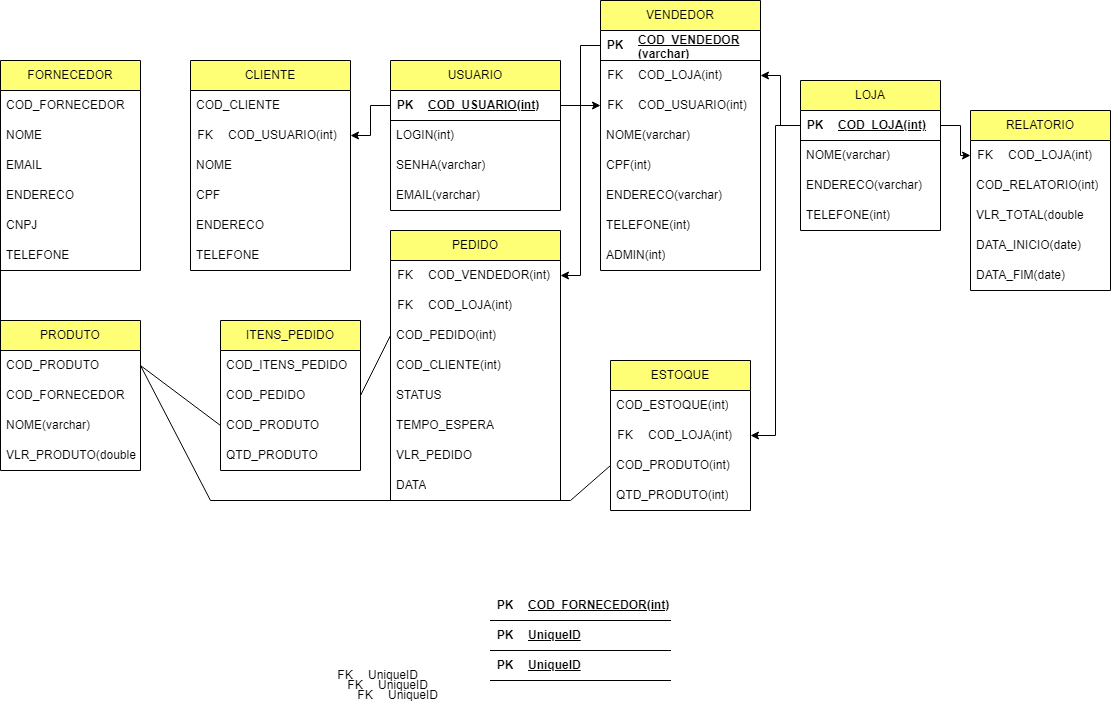
Above: ProjetoLógicoZéDelivery/zedelivery.drawio.png in NicolasKevin2/BD (draw.io), before the change. Source tidied: cells renumbered, new cells last; positions are measured from the earlier drawing's top-left corner, leaving out a move shared by most shapes.
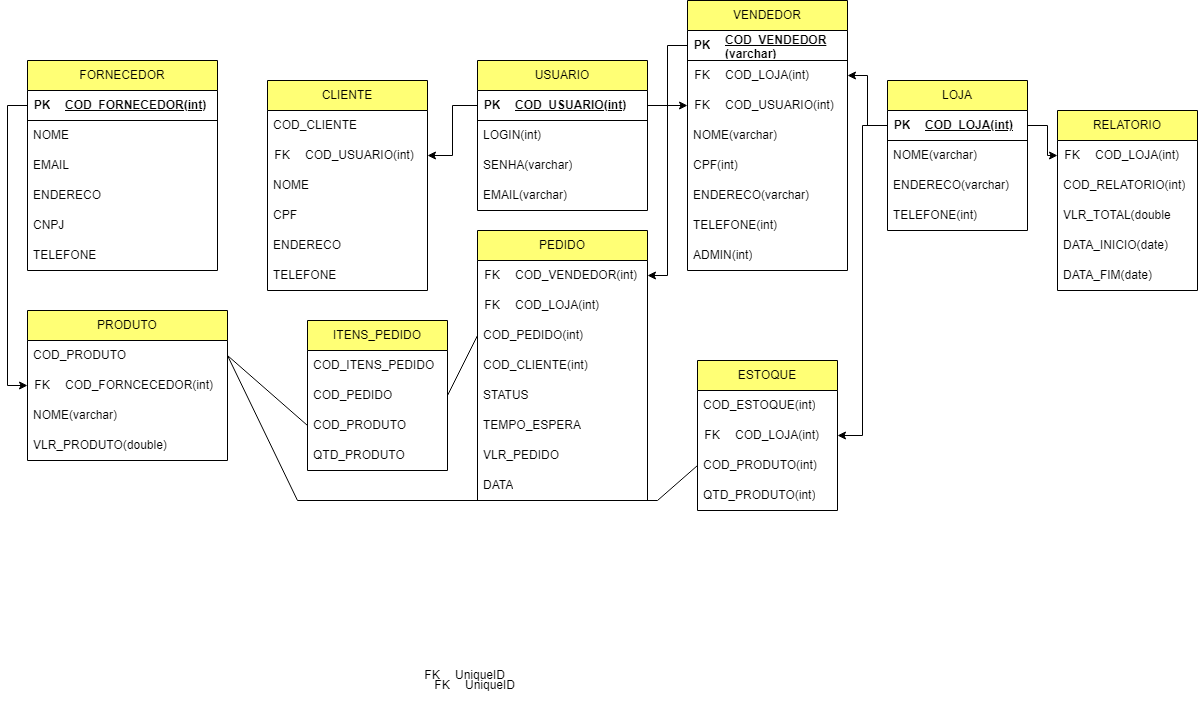
The same diagram one commit later.

What changed in the source:
```diff
@@ -27,7 +27,7 @@
       <mxGeometry y="120" width="170" height="30" as="geometry" />
     </mxCell>
     <mxCell id="10" value="CLIENTE" style="swimlane;fontStyle=0;horizontal=1;startSize=30;whiteSpace=wrap;html=1;fillColor=#FFFF75;" parent="1" vertex="1">
-      <mxGeometry x="190" y="60" width="160" height="210" as="geometry" />
+      <mxGeometry x="180" y="80" width="160" height="210" as="geometry" />
     </mxCell>
     <mxCell id="11" value="COD_CLIENTE" style="text;strokeColor=none;fillColor=none;align=left;verticalAlign=middle;spacingLeft=4;spacingRight=4;overflow=hidden;whiteSpace=wrap;html=1;" parent="10" vertex="1">
       <mxGeometry y="30" width="160" height="30" as="geometry" />
@@ -195,47 +195,62 @@
       <mxGeometry relative="1" as="geometry" />
     </mxCell>
     <mxCell id="66" value="PRODUTO" style="swimlane;fontStyle=0;horizontal=1;startSize=30;whiteSpace=wrap;html=1;fillColor=#FFFF75;" parent="1" vertex="1">
-      <mxGeometry y="320" width="140" height="150" as="geometry" />
+      <mxGeometry x="-60" y="310" width="200" height="150" as="geometry" />
     </mxCell>
     <mxCell id="67" value="COD_PRODUTO" style="text;strokeColor=none;fillColor=none;align=left;verticalAlign=middle;spacingLeft=4;spacingRight=4;overflow=hidden;points=[[0,0.5],[1,0.5]];portConstraint=eastwest;whiteSpace=wrap;html=1;" parent="66" vertex="1">
-      <mxGeometry y="30" width="140" height="30" as="geometry" />
+      <mxGeometry y="30" width="200" height="30" as="geometry" />
     </mxCell>
-    <mxCell id="68" value="COD_FORNECEDOR" style="text;strokeColor=none;fillColor=none;align=left;verticalAlign=middle;spacingLeft=4;spacingRight=4;overflow=hidden;whiteSpace=wrap;html=1;" parent="66" vertex="1">
-      <mxGeometry y="60" width="140" height="30" as="geometry" />
-    </mxCell>
+    <mxCell id="121" style="shape=table;startSize=0;rowLines=0;fontStyle=0;align=center;strokeColor=none;fillColor=none;" parent="66" vertex="1">
+      <mxGeometry y="60" width="200" height="30" as="geometry" />
+    </mxCell>
+    <mxCell id="122" style="shape=tableRow;horizontal=0;startSize=0;swimlaneHead=0;swimlaneBody=0;fillColor=none;points=[[0,0.5],[1,0.5]];portConstraint=eastwest;top=0;left=0;right=0;bottom=0;" parent="121" vertex="1">
+      <mxGeometry width="200" height="30" as="geometry" />
+    </mxCell>
+    <mxCell id="123" value="FK" style="shape=partialRectangle;fillColor=none;top=0;left=0;bottom=0;right=0;fontStyle=0;overflow=hidden;whiteSpace=wrap;html=1;" parent="122" vertex="1">
+      <mxGeometry width="30" height="30" as="geometry" />
+    </mxCell>
+    <mxCell id="124" value="COD_FORNCECEDOR(int)" style="shape=partialRectangle;fillColor=none;top=0;left=0;bottom=0;right=0;align=left;spacingLeft=6;fontStyle=0;overflow=hidden;whiteSpace=wrap;html=1;" parent="122" vertex="1">
+      <mxGeometry x="30" width="170" height="30" as="geometry" />
+    </mxCell>
     <mxCell id="69" value="NOME(varchar)" style="text;strokeColor=none;fillColor=none;align=left;verticalAlign=middle;spacingLeft=4;spacingRight=4;overflow=hidden;whiteSpace=wrap;html=1;" parent="66" vertex="1">
-      <mxGeometry y="90" width="140" height="30" as="geometry" />
+      <mxGeometry y="90" width="200" height="30" as="geometry" />
     </mxCell>
     <mxCell id="70" value="VLR_PRODUTO(double)" style="text;strokeColor=none;fillColor=none;align=left;verticalAlign=middle;spacingLeft=4;spacingRight=4;overflow=hidden;whiteSpace=wrap;html=1;" parent="66" vertex="1">
-      <mxGeometry y="120" width="140" height="30" as="geometry" />
+      <mxGeometry y="120" width="200" height="30" as="geometry" />
     </mxCell>
     <mxCell id="71" style="endArrow=none;html=1;rounded=0;entryX=1;entryY=0.5;entryDx=0;entryDy=0;exitX=0;exitY=0.5;exitDx=0;exitDy=0;" parent="1" edge="1" source="63" target="67">
       <mxGeometry relative="1" as="geometry" />
     </mxCell>
     <mxCell id="72" value="FORNECEDOR" style="swimlane;fontStyle=0;horizontal=1;startSize=30;whiteSpace=wrap;html=1;fillColor=#FFFF75;" parent="1" vertex="1">
-      <mxGeometry y="60" width="140" height="210" as="geometry" />
+      <mxGeometry x="-60" y="60" width="190" height="210" as="geometry" />
     </mxCell>
-    <mxCell id="73" value="COD_FORNECEDOR" style="text;strokeColor=none;fillColor=none;align=left;verticalAlign=middle;spacingLeft=4;spacingRight=4;overflow=hidden;points=[[0,0.5],[1,0.5]];portConstraint=eastwest;whiteSpace=wrap;html=1;" parent="72" vertex="1">
-      <mxGeometry y="30" width="140" height="30" as="geometry" />
-    </mxCell>
+    <mxCell id="126" style="shape=table;startSize=0;rowLines=0;fontStyle=0;align=center;strokeColor=none;fillColor=none;" parent="72" vertex="1">
+      <mxGeometry y="30" width="190" height="30" as="geometry" />
+    </mxCell>
+    <mxCell id="127" style="shape=tableRow;horizontal=0;startSize=0;swimlaneHead=0;swimlaneBody=0;fillColor=none;points=[[0,0.5],[1,0.5]];portConstraint=eastwest;top=0;left=0;right=0;bottom=1;" parent="126" vertex="1">
+      <mxGeometry width="190" height="30" as="geometry" />
+    </mxCell>
+    <mxCell id="128" value="PK" style="shape=partialRectangle;fillColor=none;top=0;left=0;bottom=0;right=0;fontStyle=1;overflow=hidden;whiteSpace=wrap;html=1;" parent="127" vertex="1">
+      <mxGeometry width="30" height="30" as="geometry" />
+    </mxCell>
+    <mxCell id="105" value="COD_FORNECEDOR(int)" style="shape=partialRectangle;fillColor=none;top=0;left=0;bottom=0;right=0;align=left;spacingLeft=6;fontStyle=5;overflow=hidden;whiteSpace=wrap;html=1;" parent="127" vertex="1">
+      <mxGeometry x="30" width="160" height="30" as="geometry" />
+    </mxCell>
     <mxCell id="74" value="NOME" style="text;strokeColor=none;fillColor=none;align=left;verticalAlign=middle;spacingLeft=4;spacingRight=4;overflow=hidden;whiteSpace=wrap;html=1;" parent="72" vertex="1">
-      <mxGeometry y="60" width="140" height="30" as="geometry" />
+      <mxGeometry y="60" width="190" height="30" as="geometry" />
     </mxCell>
     <mxCell id="75" value="EMAIL" style="text;strokeColor=none;fillColor=none;align=left;verticalAlign=middle;spacingLeft=4;spacingRight=4;overflow=hidden;whiteSpace=wrap;html=1;" parent="72" vertex="1">
-      <mxGeometry y="90" width="140" height="30" as="geometry" />
+      <mxGeometry y="90" width="190" height="30" as="geometry" />
     </mxCell>
     <mxCell id="76" value="ENDERECO" style="text;strokeColor=none;fillColor=none;align=left;verticalAlign=middle;spacingLeft=4;spacingRight=4;overflow=hidden;whiteSpace=wrap;html=1;" parent="72" vertex="1">
-      <mxGeometry y="120" width="140" height="30" as="geometry" />
+      <mxGeometry y="120" width="190" height="30" as="geometry" />
     </mxCell>
     <mxCell id="77" value="CNPJ" style="text;strokeColor=none;fillColor=none;align=left;verticalAlign=middle;spacingLeft=4;spacingRight=4;overflow=hidden;whiteSpace=wrap;html=1;" parent="72" vertex="1">
-      <mxGeometry y="150" width="140" height="30" as="geometry" />
+      <mxGeometry y="150" width="190" height="30" as="geometry" />
     </mxCell>
     <mxCell id="78" value="TELEFONE" style="text;strokeColor=none;fillColor=none;align=left;verticalAlign=middle;spacingLeft=4;spacingRight=4;overflow=hidden;whiteSpace=wrap;html=1;" parent="72" vertex="1">
-      <mxGeometry y="180" width="140" height="30" as="geometry" />
+      <mxGeometry y="180" width="190" height="30" as="geometry" />
     </mxCell>
-    <mxCell id="79" style="endArrow=none;html=1;rounded=0;entryX=0;entryY=0.5;entryDx=0;entryDy=0;exitX=0;exitY=0.5;exitDx=0;exitDy=0;" parent="1" edge="1" source="67" target="73">
-      <mxGeometry relative="1" as="geometry" />
-    </mxCell>
     <mxCell id="80" value="ESTOQUE" style="swimlane;fontStyle=0;horizontal=1;startSize=30;whiteSpace=wrap;html=1;fillColor=#FFFF75;" parent="1" vertex="1">
       <mxGeometry x="610" y="360" width="140" height="150" as="geometry" />
     </mxCell>
@@ -307,36 +322,6 @@
     <mxCell id="101" style="edgeStyle=orthogonalEdgeStyle;rounded=0;jettySize=auto;html=1;" parent="1" edge="1" source="39" target="91">
       <mxGeometry relative="1" as="geometry" />
     </mxCell>
-    <mxCell id="102" style="shape=table;startSize=0;rowLines=0;fontStyle=0;align=center;strokeColor=none;fillColor=none;" parent="1" vertex="1">
-      <mxGeometry x="490" y="590" width="180" height="90" as="geometry" />
-    </mxCell>
-    <mxCell id="103" style="shape=tableRow;horizontal=0;startSize=0;swimlaneHead=0;swimlaneBody=0;fillColor=none;top=0;left=0;right=0;bottom=1;" parent="102" vertex="1">
-      <mxGeometry width="180" height="30" as="geometry" />
-    </mxCell>
-    <mxCell id="104" value="PK" style="shape=partialRectangle;fillColor=none;top=0;left=0;bottom=0;right=0;fontStyle=1;overflow=hidden;whiteSpace=wrap;html=1;" parent="103" vertex="1">
-      <mxGeometry width="30" height="30" as="geometry" />
-    </mxCell>
-    <mxCell id="105" value="COD_FORNECEDOR(int)" style="shape=partialRectangle;fillColor=none;top=0;left=0;bottom=0;right=0;align=left;spacingLeft=6;fontStyle=5;overflow=hidden;whiteSpace=wrap;html=1;" parent="103" vertex="1">
-      <mxGeometry x="30" width="150" height="30" as="geometry" />
-    </mxCell>
-    <mxCell id="106" style="shape=tableRow;horizontal=0;startSize=0;swimlaneHead=0;swimlaneBody=0;fillColor=none;top=0;left=0;right=0;bottom=1;" parent="102" vertex="1">
-      <mxGeometry y="30" width="180" height="30" as="geometry" />
-    </mxCell>
-    <mxCell id="107" value="PK" style="shape=partialRectangle;fillColor=none;top=0;left=0;bottom=0;right=0;fontStyle=1;overflow=hidden;whiteSpace=wrap;html=1;" parent="106" vertex="1">
-      <mxGeometry width="30" height="30" as="geometry" />
-    </mxCell>
-    <mxCell id="108" value="UniqueID" style="shape=partialRectangle;fillColor=none;top=0;left=0;bottom=0;right=0;align=left;spacingLeft=6;fontStyle=5;overflow=hidden;whiteSpace=wrap;html=1;" parent="106" vertex="1">
-      <mxGeometry x="30" width="150" height="30" as="geometry" />
-    </mxCell>
-    <mxCell id="109" style="shape=tableRow;horizontal=0;startSize=0;swimlaneHead=0;swimlaneBody=0;fillColor=none;top=0;left=0;right=0;bottom=1;" parent="102" vertex="1">
-      <mxGeometry y="60" width="180" height="30" as="geometry" />
-    </mxCell>
-    <mxCell id="110" value="PK" style="shape=partialRectangle;fillColor=none;top=0;left=0;bottom=0;right=0;fontStyle=1;overflow=hidden;whiteSpace=wrap;html=1;" parent="109" vertex="1">
-      <mxGeometry width="30" height="30" as="geometry" />
-    </mxCell>
-    <mxCell id="111" value="UniqueID" style="shape=partialRectangle;fillColor=none;top=0;left=0;bottom=0;right=0;align=left;spacingLeft=6;fontStyle=5;overflow=hidden;whiteSpace=wrap;html=1;" parent="109" vertex="1">
-      <mxGeometry x="30" width="150" height="30" as="geometry" />
-    </mxCell>
     <mxCell id="112" style="edgeStyle=orthogonalEdgeStyle;rounded=0;jettySize=auto;html=1;" parent="1" edge="1" source="4" target="29">
       <mxGeometry relative="1" as="geometry" />
     </mxCell>
@@ -364,20 +349,16 @@
     <mxCell id="120" value="UniqueID" style="shape=partialRectangle;fillColor=none;top=0;left=0;bottom=0;right=0;align=left;spacingLeft=6;fontStyle=0;overflow=hidden;whiteSpace=wrap;html=1;" parent="118" vertex="1">
       <mxGeometry x="30" width="150" height="30" as="geometry" />
     </mxCell>
-    <mxCell id="121" style="shape=table;startSize=0;rowLines=0;fontStyle=0;align=center;strokeColor=none;fillColor=none;" parent="1" vertex="1">
-      <mxGeometry x="350" y="680" width="180" height="30" as="geometry" />
-    </mxCell>
-    <mxCell id="122" style="shape=tableRow;horizontal=0;startSize=0;swimlaneHead=0;swimlaneBody=0;fillColor=none;points=[[0,0.5],[1,0.5]];portConstraint=eastwest;top=0;left=0;right=0;bottom=0;" parent="121" vertex="1">
-      <mxGeometry width="180" height="30" as="geometry" />
-    </mxCell>
-    <mxCell id="123" value="FK" style="shape=partialRectangle;fillColor=none;top=0;left=0;bottom=0;right=0;fontStyle=0;overflow=hidden;whiteSpace=wrap;html=1;" parent="122" vertex="1">
-      <mxGeometry width="30" height="30" as="geometry" />
-    </mxCell>
-    <mxCell id="124" value="UniqueID" style="shape=partialRectangle;fillColor=none;top=0;left=0;bottom=0;right=0;align=left;spacingLeft=6;fontStyle=0;overflow=hidden;whiteSpace=wrap;html=1;" parent="122" vertex="1">
-      <mxGeometry x="30" width="150" height="30" as="geometry" />
-    </mxCell>
     <mxCell id="125" style="edgeStyle=orthogonalEdgeStyle;rounded=0;jettySize=auto;html=1;" parent="1" edge="1" source="4" target="13">
       <mxGeometry relative="1" as="geometry" />
     </mxCell>
+    <mxCell id="129" style="edgeStyle=orthogonalEdgeStyle;rounded=0;jettySize=auto;html=1;" parent="1" edge="1" source="127" target="122">
+      <mxGeometry relative="1" as="geometry">
+        <Array as="points">
+          <mxPoint x="-80" y="105" />
+          <mxPoint x="-80" y="385" />
+        </Array>
+      </mxGeometry>
+    </mxCell>
   </root>
 </mxGraphModel>
```
